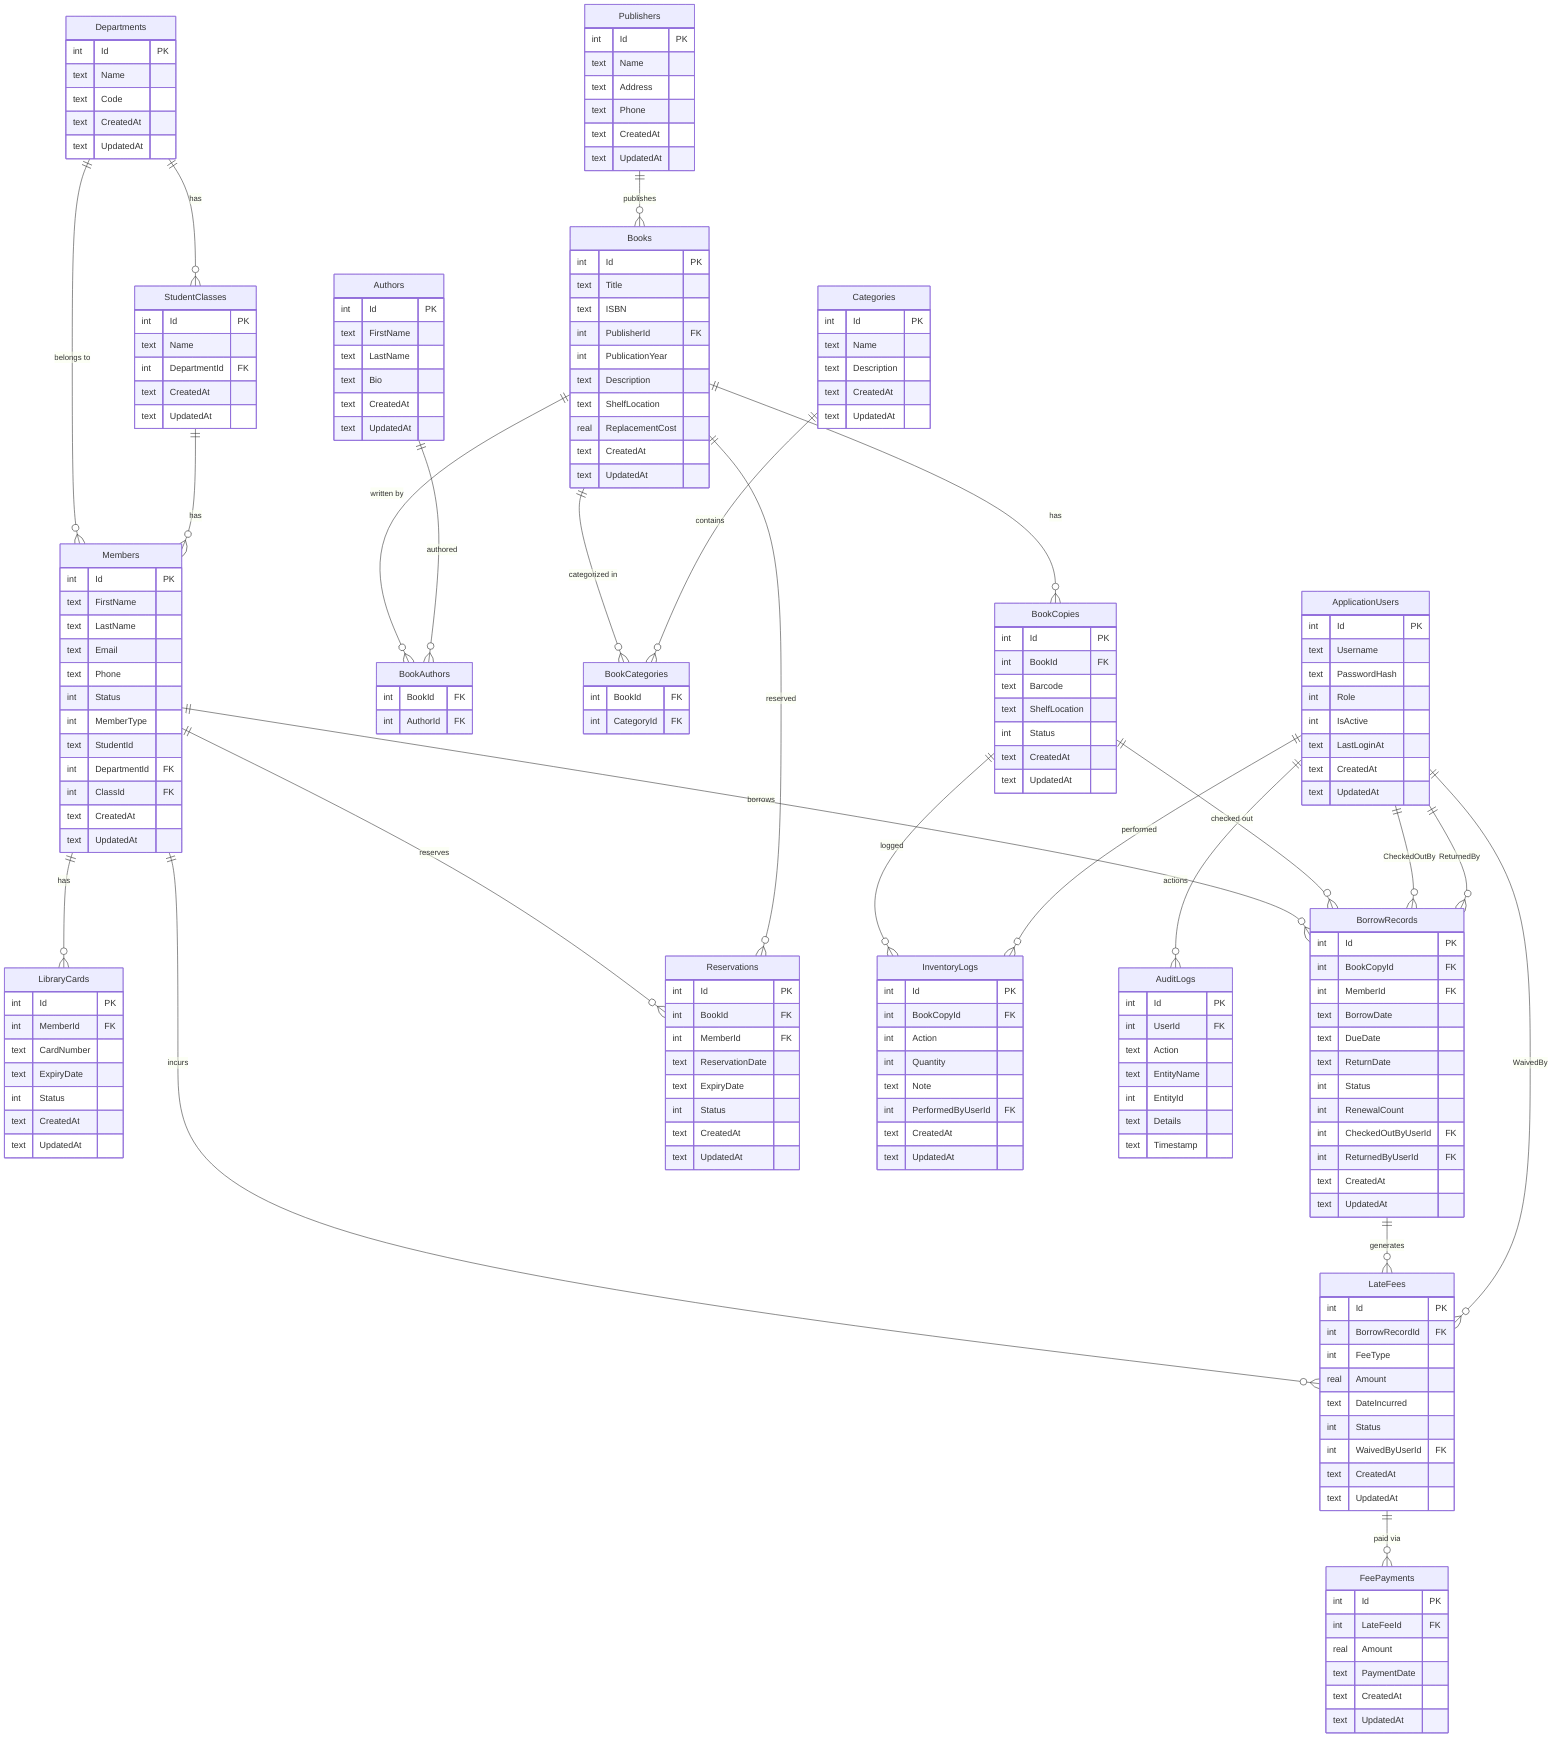
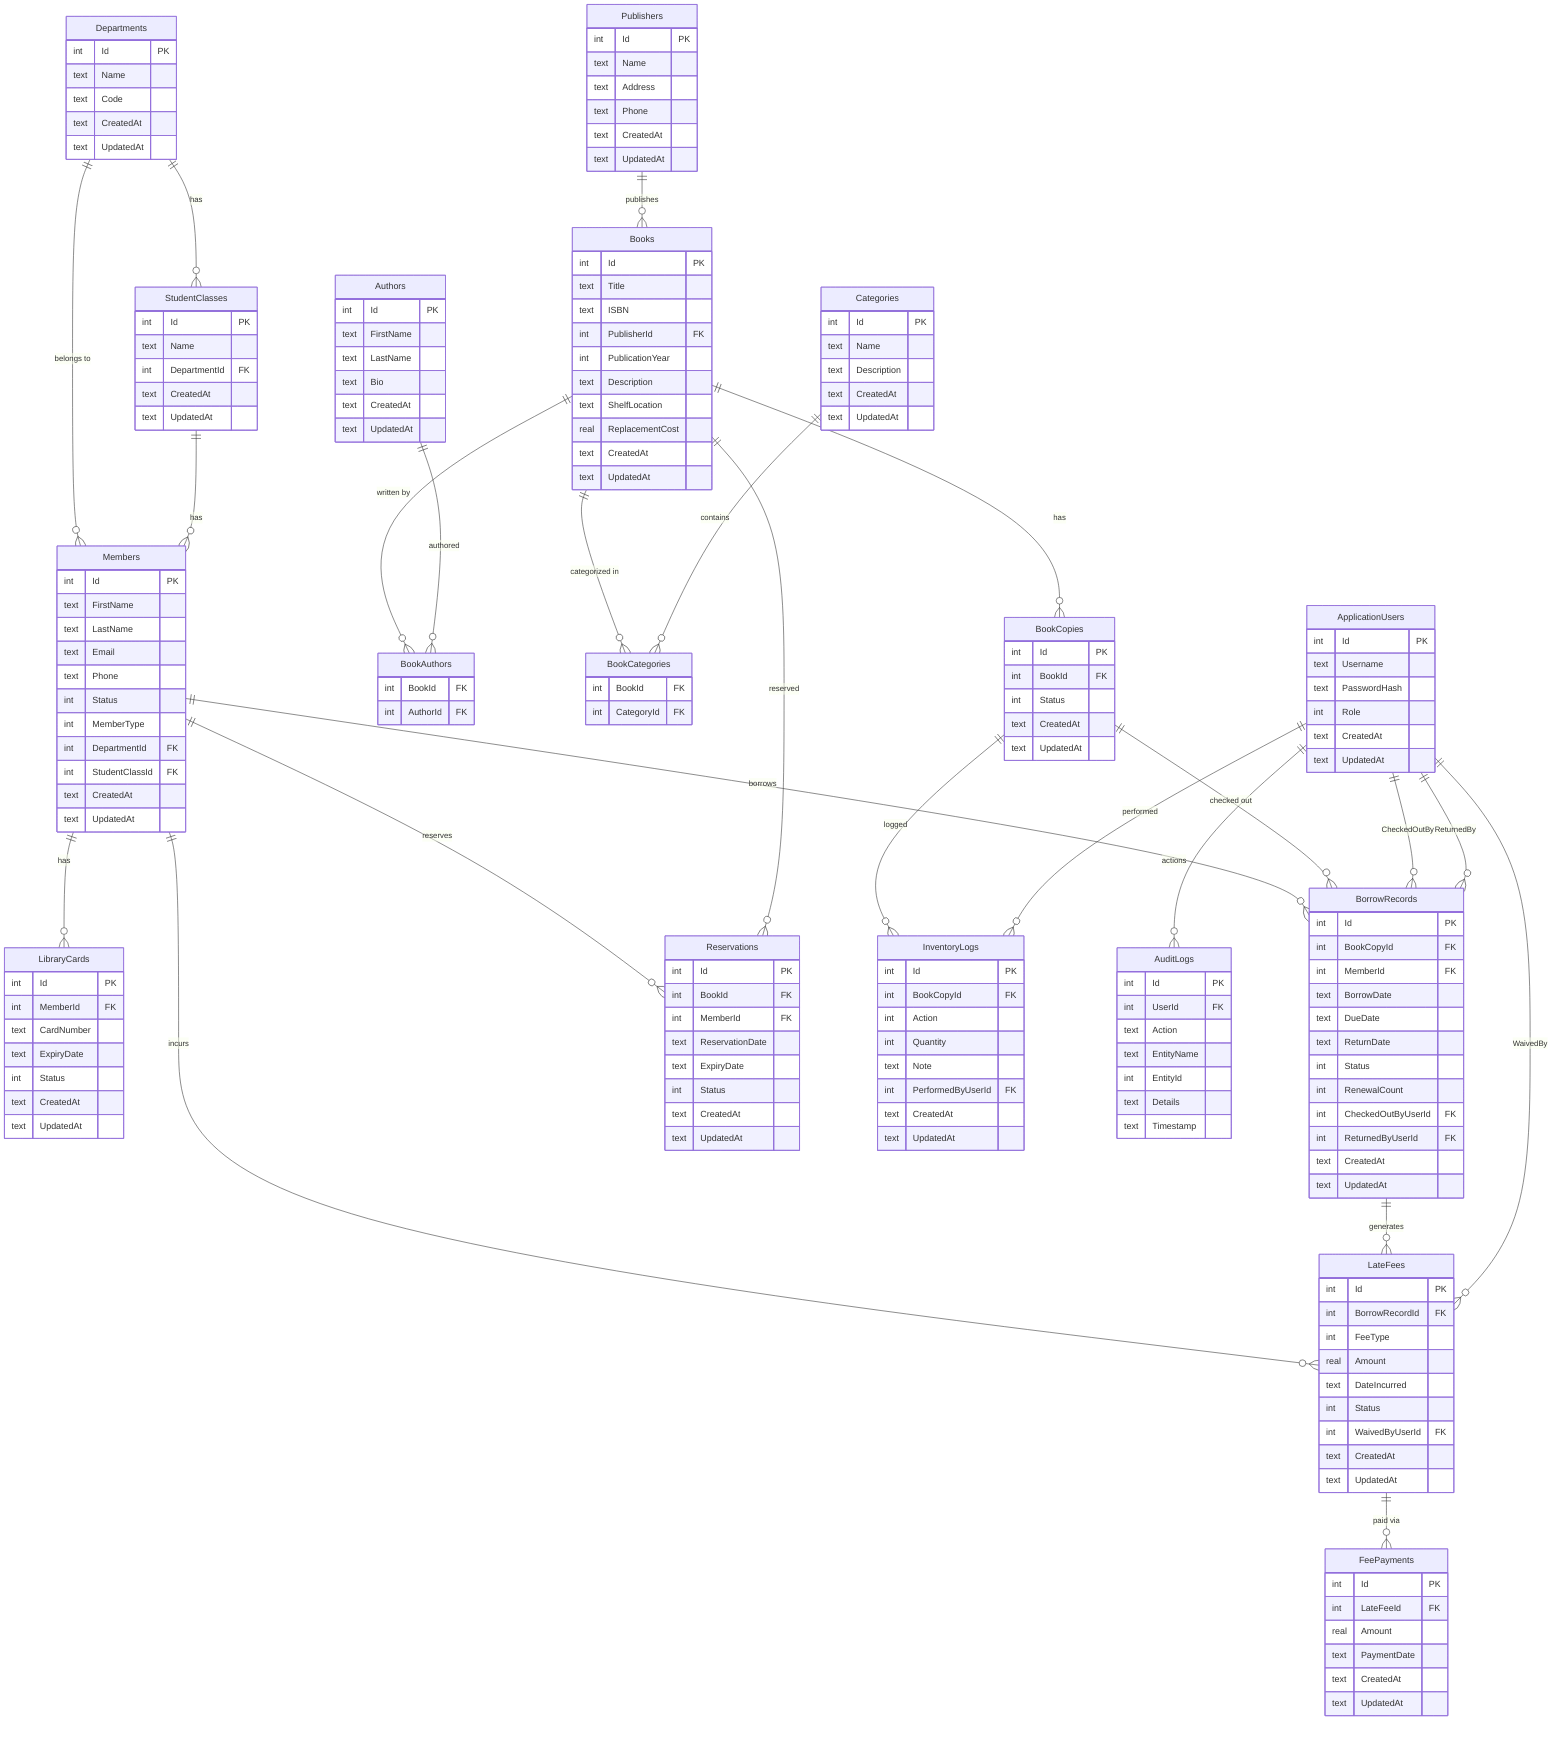
erDiagram
    Authors {
        int Id PK
        text FirstName
        text LastName
        text Bio
        text CreatedAt
        text UpdatedAt
    }

    Categories {
        int Id PK
        text Name
        text Description
        text CreatedAt
        text UpdatedAt
    }

    Publishers {
        int Id PK
        text Name
        text Address
        text Phone
        text CreatedAt
        text UpdatedAt
    }

    Books {
        int Id PK
        text Title
        text ISBN
        int PublisherId FK
        int PublicationYear
        text Description
        text ShelfLocation
        real ReplacementCost
        text CreatedAt
        text UpdatedAt
    }

    BookCopies {
        int Id PK
        int BookId FK
-         text Barcode
-         text ShelfLocation
        int Status
        text CreatedAt
        text UpdatedAt
    }

    BookAuthors {
        int BookId FK
        int AuthorId FK
    }

    BookCategories {
        int BookId FK
        int CategoryId FK
    }

    Departments {
        int Id PK
        text Name
        text Code
        text CreatedAt
        text UpdatedAt
    }

    StudentClasses {
        int Id PK
        text Name
        int DepartmentId FK
        text CreatedAt
        text UpdatedAt
    }

    Members {
        int Id PK
        text FirstName
        text LastName
        text Email
        text Phone
        int Status
        int MemberType
-         text StudentId
        int DepartmentId FK
-         int ClassId FK
+         int StudentClassId FK
        text CreatedAt
        text UpdatedAt
    }

    LibraryCards {
        int Id PK
        int MemberId FK
        text CardNumber
        text ExpiryDate
        int Status
        text CreatedAt
        text UpdatedAt
    }

    ApplicationUsers {
        int Id PK
        text Username
        text PasswordHash
        int Role
-         int IsActive
-         text LastLoginAt
        text CreatedAt
        text UpdatedAt
    }

    BorrowRecords {
        int Id PK
        int BookCopyId FK
        int MemberId FK
        text BorrowDate
        text DueDate
        text ReturnDate
        int Status
        int RenewalCount
        int CheckedOutByUserId FK
        int ReturnedByUserId FK
        text CreatedAt
        text UpdatedAt
    }

    LateFees {
        int Id PK
        int BorrowRecordId FK
        int FeeType
        real Amount
        text DateIncurred
        int Status
        int WaivedByUserId FK
        text CreatedAt
        text UpdatedAt
    }

    FeePayments {
        int Id PK
        int LateFeeId FK
        real Amount
        text PaymentDate
        text CreatedAt
        text UpdatedAt
    }

    Reservations {
        int Id PK
        int BookId FK
        int MemberId FK
        text ReservationDate
        text ExpiryDate
        int Status
        text CreatedAt
        text UpdatedAt
    }

    InventoryLogs {
        int Id PK
        int BookCopyId FK
        int Action
        int Quantity
        text Note
        int PerformedByUserId FK
        text CreatedAt
        text UpdatedAt
    }

    AuditLogs {
        int Id PK
        int UserId FK
        text Action
        text EntityName
        int EntityId
        text Details
        text Timestamp
    }

    Publishers ||--o{ Books : "publishes"
    Books ||--o{ BookCopies : "has"
    Books ||--o{ BookAuthors : "written by"
    Authors ||--o{ BookAuthors : "authored"
    Books ||--o{ BookCategories : "categorized in"
    Categories ||--o{ BookCategories : "contains"
    Departments ||--o{ StudentClasses : "has"
    Departments ||--o{ Members : "belongs to"
    StudentClasses ||--o{ Members : "has"
    Members ||--o{ LibraryCards : "has"
    Members ||--o{ BorrowRecords : "borrows"
    Members ||--o{ LateFees : "incurs"
    Members ||--o{ Reservations : "reserves"
    Books ||--o{ Reservations : "reserved"
    BookCopies ||--o{ BorrowRecords : "checked out"
    BookCopies ||--o{ InventoryLogs : "logged"
    BorrowRecords ||--o{ LateFees : "generates"
    LateFees ||--o{ FeePayments : "paid via"
    ApplicationUsers ||--o{ BorrowRecords : "CheckedOutBy"
    ApplicationUsers ||--o{ BorrowRecords : "ReturnedBy"
    ApplicationUsers ||--o{ LateFees : "WaivedBy"
    ApplicationUsers ||--o{ InventoryLogs : "performed"
    ApplicationUsers ||--o{ AuditLogs : "actions"
